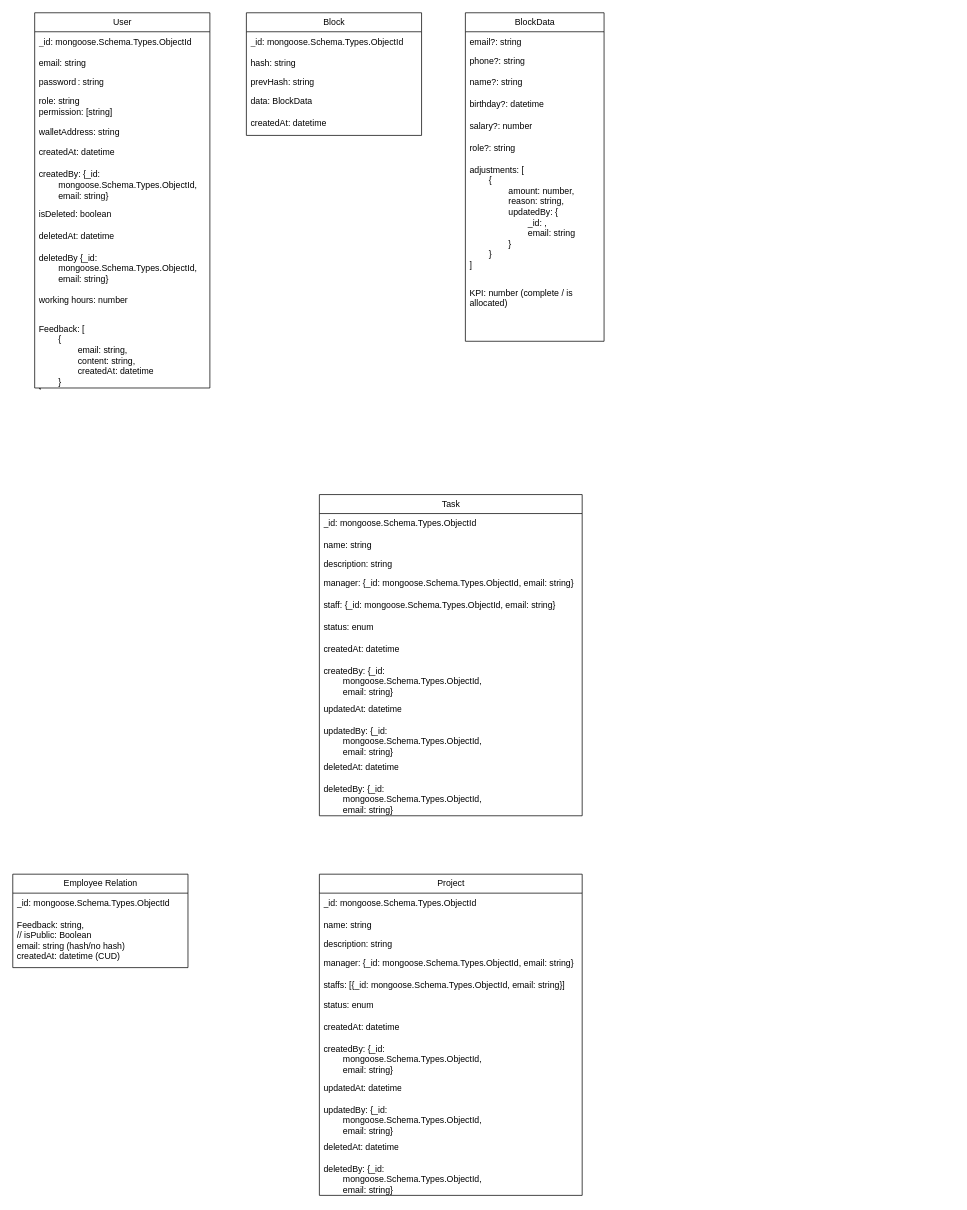
The draw.io diagram Models/database-model.drawio in trandinh0506/CoreChainServer, before the edit. Source tidied: cells renumbered, new cells numbered last; positions are measured from the earlier drawing's top-left corner, leaving out a move shared by most shapes. Both pictures are drawn from the tidied source at 73%, with x=0, y=0 at pixel (12, 12).
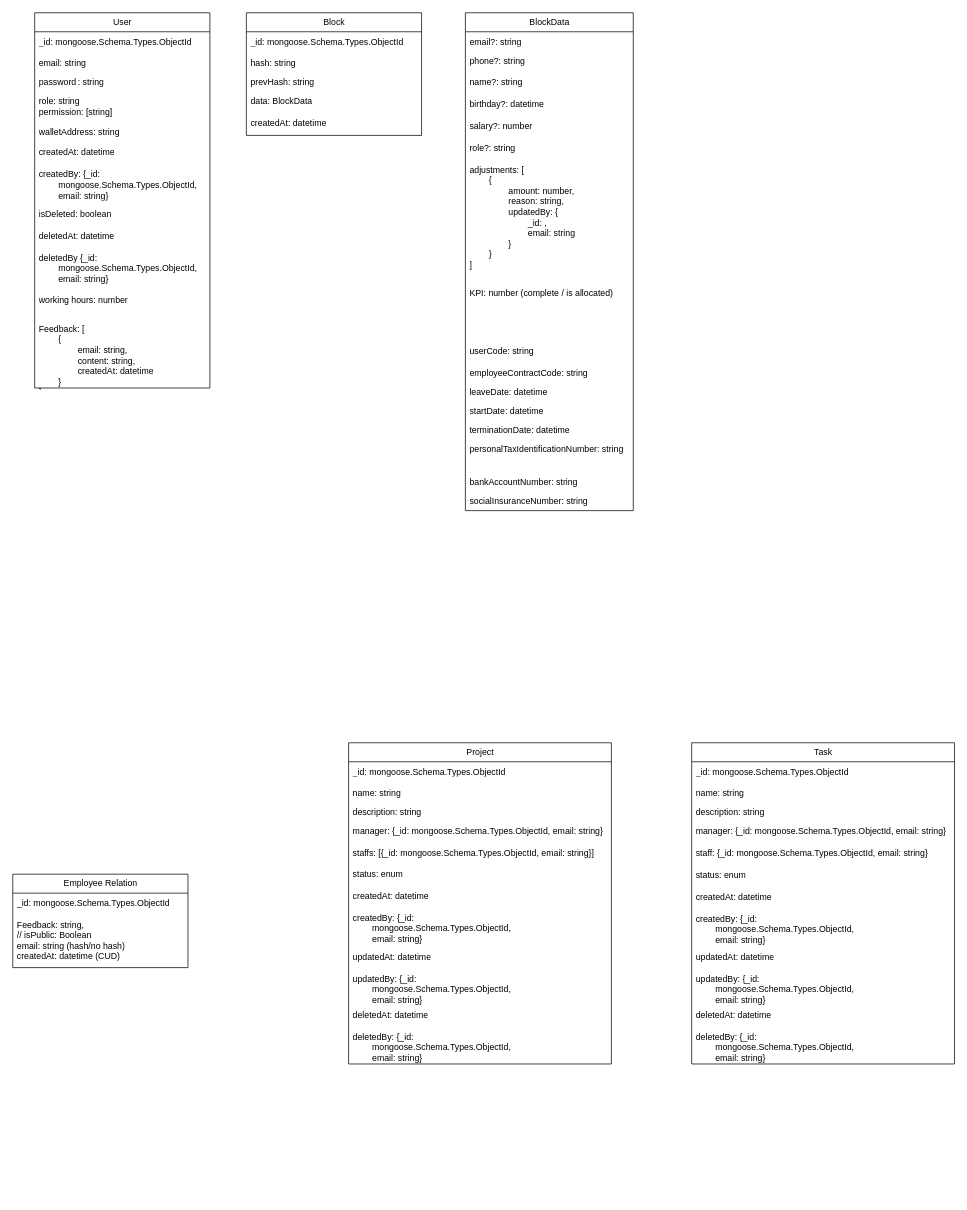
The same page after the edit.

The edit, as a diff of the source:
```diff
@@
     <mxCell id="20" value="BlockData" style="swimlane;fontStyle=0;horizontal=1;startSize=26;fillColor=none;html=1;" parent="1" vertex="1">
-      <mxGeometry x="620" width="190" height="450" as="geometry" />
+      <mxGeometry x="620" width="230" height="682" as="geometry" />
     </mxCell>
     <mxCell id="21" value="email?: string" style="text;strokeColor=none;fillColor=none;align=left;verticalAlign=top;spacingLeft=4;spacingRight=4;overflow=hidden;whiteSpace=wrap;html=1;" parent="20" vertex="1">
-      <mxGeometry y="26" width="190" height="26" as="geometry" />
+      <mxGeometry y="26" width="230" height="26" as="geometry" />
     </mxCell>
     <mxCell id="22" value="phone?: string" style="text;strokeColor=none;fillColor=none;spacingLeft=4;spacingRight=4;overflow=hidden;fontSize=12;whiteSpace=wrap;html=1;" parent="20" vertex="1">
-      <mxGeometry y="52" width="190" height="30" as="geometry" />
+      <mxGeometry y="52" width="230" height="30" as="geometry" />
     </mxCell>
     <mxCell id="23" value="name?: string" style="text;strokeColor=none;fillColor=none;spacingLeft=4;spacingRight=4;overflow=hidden;fontSize=12;whiteSpace=wrap;html=1;" parent="20" vertex="1">
-      <mxGeometry y="82" width="190" height="30" as="geometry" />
+      <mxGeometry y="82" width="230" height="30" as="geometry" />
     </mxCell>
     <mxCell id="24" value="birthday?: datetime" style="text;strokeColor=none;fillColor=none;spacingLeft=4;spacingRight=4;overflow=hidden;fontSize=12;whiteSpace=wrap;html=1;" parent="20" vertex="1">
-      <mxGeometry y="112" width="190" height="30" as="geometry" />
+      <mxGeometry y="112" width="230" height="30" as="geometry" />
     </mxCell>
     <mxCell id="25" value="salary?: number" style="text;strokeColor=none;fillColor=none;spacingLeft=4;spacingRight=4;overflow=hidden;fontSize=12;whiteSpace=wrap;html=1;" parent="20" vertex="1">
-      <mxGeometry y="142" width="190" height="30" as="geometry" />
+      <mxGeometry y="142" width="230" height="30" as="geometry" />
     </mxCell>
     <mxCell id="26" value="role?: string" style="text;strokeColor=none;fillColor=none;spacingLeft=4;spacingRight=4;overflow=hidden;fontSize=12;whiteSpace=wrap;html=1;" parent="20" vertex="1">
-      <mxGeometry y="172" width="190" height="30" as="geometry" />
+      <mxGeometry y="172" width="230" height="30" as="geometry" />
     </mxCell>
     <mxCell id="27" value="&lt;div&gt;&lt;span&gt;adjustments: [&lt;/span&gt;&lt;/div&gt;&lt;div&gt;&lt;span&gt;&lt;span style=&quot;white-space: pre;&quot;&gt;&#9;&lt;/span&gt;{&lt;/span&gt;&lt;/div&gt;&lt;div&gt;&lt;span&gt;&lt;span style=&quot;white-space: pre;&quot;&gt;&#9;&lt;span style=&quot;white-space: pre;&quot;&gt;&#9;&lt;/span&gt;&lt;/span&gt;amount: number,&lt;br&gt;&lt;/span&gt;&lt;/div&gt;&lt;div&gt;&lt;span&gt;&lt;span style=&quot;white-space: pre;&quot;&gt;&#9;&lt;span style=&quot;white-space: pre;&quot;&gt;&#9;&lt;/span&gt;&lt;/span&gt;reason: string,&lt;br&gt;&lt;/span&gt;&lt;/div&gt;&lt;div&gt;&lt;span&gt;&lt;span style=&quot;white-space: pre;&quot;&gt;&#9;&lt;span style=&quot;white-space: pre;&quot;&gt;&#9;&lt;/span&gt;&lt;/span&gt;updatedBy:&amp;nbsp;&lt;/span&gt;&lt;span style=&quot;background-color: transparent; color: light-dark(rgb(0, 0, 0), rgb(255, 255, 255));&quot;&gt;{&lt;/span&gt;&lt;/div&gt;&lt;div&gt;&lt;span&gt;&lt;span style=&quot;white-space: pre;&quot;&gt;&#9;&lt;/span&gt;&lt;span style=&quot;white-space: pre;&quot;&gt;&#9;&lt;span style=&quot;white-space: pre;&quot;&gt;&#9;&lt;/span&gt;&lt;/span&gt;_id: ,&lt;br&gt;&lt;/span&gt;&lt;/div&gt;&lt;div&gt;&lt;span&gt;&lt;span style=&quot;white-space: pre;&quot;&gt;&#9;&lt;/span&gt;&lt;span style=&quot;white-space: pre;&quot;&gt;&#9;&lt;span style=&quot;white-space: pre;&quot;&gt;&#9;&lt;/span&gt;&lt;/span&gt;email: string&lt;/span&gt;&lt;/div&gt;&lt;div&gt;&lt;span&gt;&lt;span style=&quot;white-space: pre;&quot;&gt;&#9;&lt;span style=&quot;white-space: pre;&quot;&gt;&#9;&lt;/span&gt;&lt;/span&gt;}&lt;/span&gt;&lt;/div&gt;&lt;div&gt;&lt;span&gt;&lt;span style=&quot;white-space: pre;&quot;&gt;&#9;&lt;/span&gt;}&lt;br&gt;&lt;/span&gt;&lt;/div&gt;&lt;div&gt;]&lt;/div&gt;" style="text;strokeColor=none;fillColor=none;align=left;verticalAlign=top;spacingLeft=4;spacingRight=4;overflow=hidden;whiteSpace=wrap;html=1;" parent="20" vertex="1">
-      <mxGeometry y="202" width="190" height="168" as="geometry" />
+      <mxGeometry y="202" width="230" height="168" as="geometry" />
     </mxCell>
     <mxCell id="28" value="KPI: number (complete / is allocated)" style="text;strokeColor=none;fillColor=none;align=left;verticalAlign=top;spacingLeft=4;spacingRight=4;overflow=hidden;whiteSpace=wrap;html=1;" parent="20" vertex="1">
-      <mxGeometry y="370" width="190" height="80" as="geometry" />
+      <mxGeometry y="370" width="230" height="80" as="geometry" />
     </mxCell>
+    <mxCell id="58" value="userCode: string&lt;div&gt;&lt;br&gt;&lt;/div&gt;" style="text;strokeColor=none;fillColor=none;align=left;verticalAlign=top;spacingLeft=4;spacingRight=4;overflow=hidden;whiteSpace=wrap;html=1;" parent="20" vertex="1">
+      <mxGeometry y="450" width="230" height="30" as="geometry" />
+    </mxCell>
+    <mxCell id="59" value="employeeContractCode: string" style="text;strokeColor=none;fillColor=none;align=left;verticalAlign=top;spacingLeft=4;spacingRight=4;overflow=hidden;whiteSpace=wrap;html=1;" parent="20" vertex="1">
+      <mxGeometry y="480" width="230" height="26" as="geometry" />
+    </mxCell>
+    <mxCell id="60" value="leaveDate: datetime&lt;div&gt;&lt;br&gt;&lt;/div&gt;" style="text;strokeColor=none;fillColor=none;align=left;verticalAlign=top;spacingLeft=4;spacingRight=4;overflow=hidden;whiteSpace=wrap;html=1;" parent="20" vertex="1">
+      <mxGeometry y="506" width="230" height="26" as="geometry" />
+    </mxCell>
+    <mxCell id="61" value="startDate: datetime&lt;div&gt;&lt;br&gt;&lt;/div&gt;" style="text;strokeColor=none;fillColor=none;align=left;verticalAlign=top;spacingLeft=4;spacingRight=4;overflow=hidden;whiteSpace=wrap;html=1;" parent="20" vertex="1">
+      <mxGeometry y="532" width="230" height="26" as="geometry" />
+    </mxCell>
+    <mxCell id="62" value="terminationDate: datetime" style="text;strokeColor=none;fillColor=none;align=left;verticalAlign=top;spacingLeft=4;spacingRight=4;overflow=hidden;whiteSpace=wrap;html=1;" parent="20" vertex="1">
+      <mxGeometry y="558" width="230" height="26" as="geometry" />
+    </mxCell>
+    <mxCell id="63" value="personalTaxIdentificationNumber: string&lt;div&gt;&lt;br/&gt;&lt;/div&gt;" style="text;strokeColor=none;fillColor=none;align=left;verticalAlign=top;spacingLeft=4;spacingRight=4;overflow=hidden;whiteSpace=wrap;html=1;" parent="20" vertex="1">
+      <mxGeometry y="584" width="230" height="46" as="geometry" />
+    </mxCell>
+    <mxCell id="64" value="bankAccountNumber: string" style="text;strokeColor=none;fillColor=none;align=left;verticalAlign=top;spacingLeft=4;spacingRight=4;overflow=hidden;whiteSpace=wrap;html=1;" parent="20" vertex="1">
+      <mxGeometry y="630" width="230" height="26" as="geometry" />
+    </mxCell>
+    <mxCell id="65" value="socialInsuranceNumber: string" style="text;strokeColor=none;fillColor=none;align=left;verticalAlign=top;spacingLeft=4;spacingRight=4;overflow=hidden;whiteSpace=wrap;html=1;" parent="20" vertex="1">
+      <mxGeometry y="656" width="230" height="26" as="geometry" />
+    </mxCell>
     <mxCell id="29" value="Project" style="swimlane;fontStyle=0;horizontal=1;startSize=26;fillColor=none;html=1;" parent="1" vertex="1">
-      <mxGeometry x="420" y="1180" width="360" height="440" as="geometry" />
+      <mxGeometry x="460" y="1000" width="360" height="440" as="geometry" />
     </mxCell>
@@
     <mxCell id="42" value="Task" style="swimlane;fontStyle=0;horizontal=1;startSize=26;fillColor=none;html=1;" parent="1" vertex="1">
-      <mxGeometry x="420" y="660" width="360" height="440" as="geometry" />
+      <mxGeometry x="930" y="1000" width="360" height="440" as="geometry" />
     </mxCell>
```
